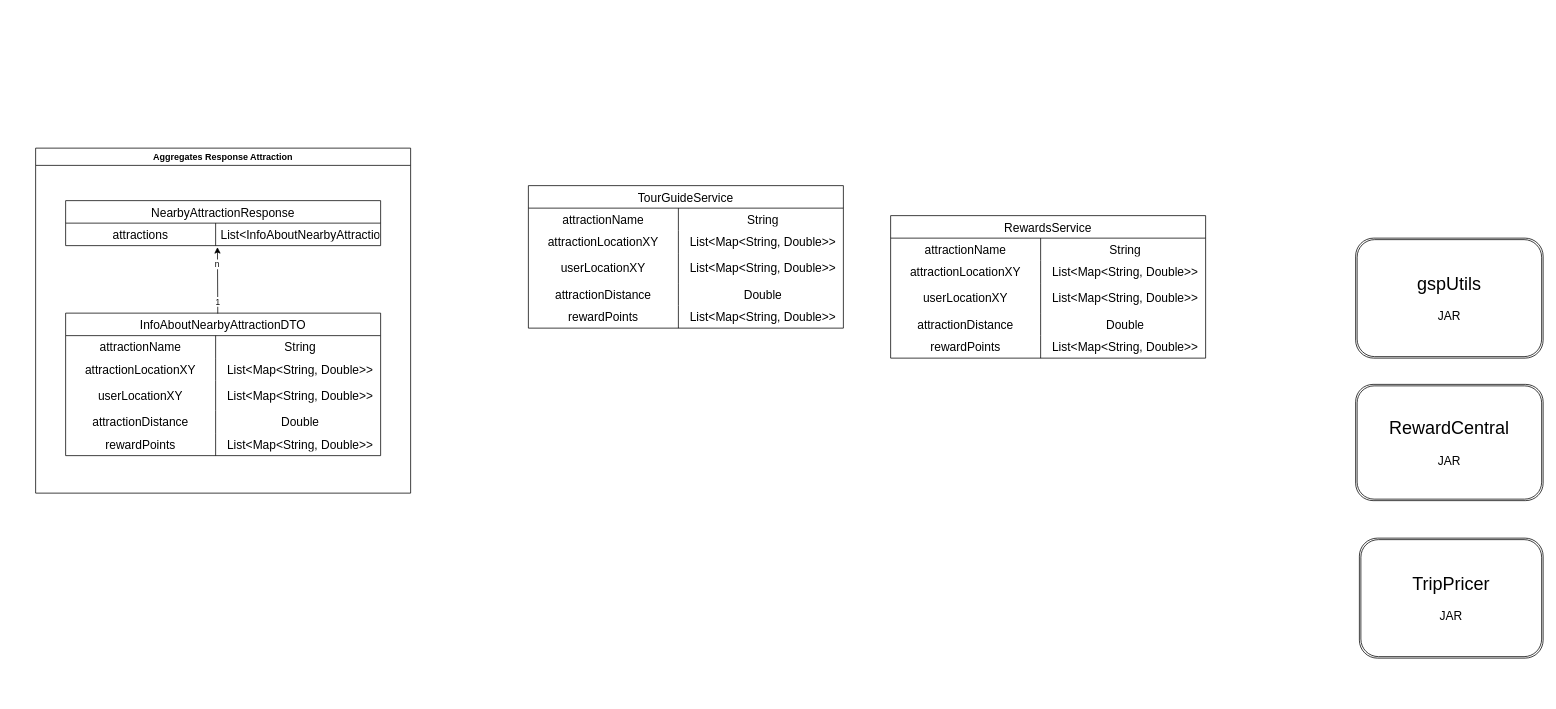
The draw.io diagram Diagramme sans nom.drawio in theryeddari/P8-TourGuide, before the edit. Source tidied: cells renumbered, new cells numbered last; positions are measured from the earlier drawing's top-left corner, leaving out a move shared by most shapes. Both pictures are drawn from the tidied source at 75%, with x=0, y=0 at pixel (35, 148).
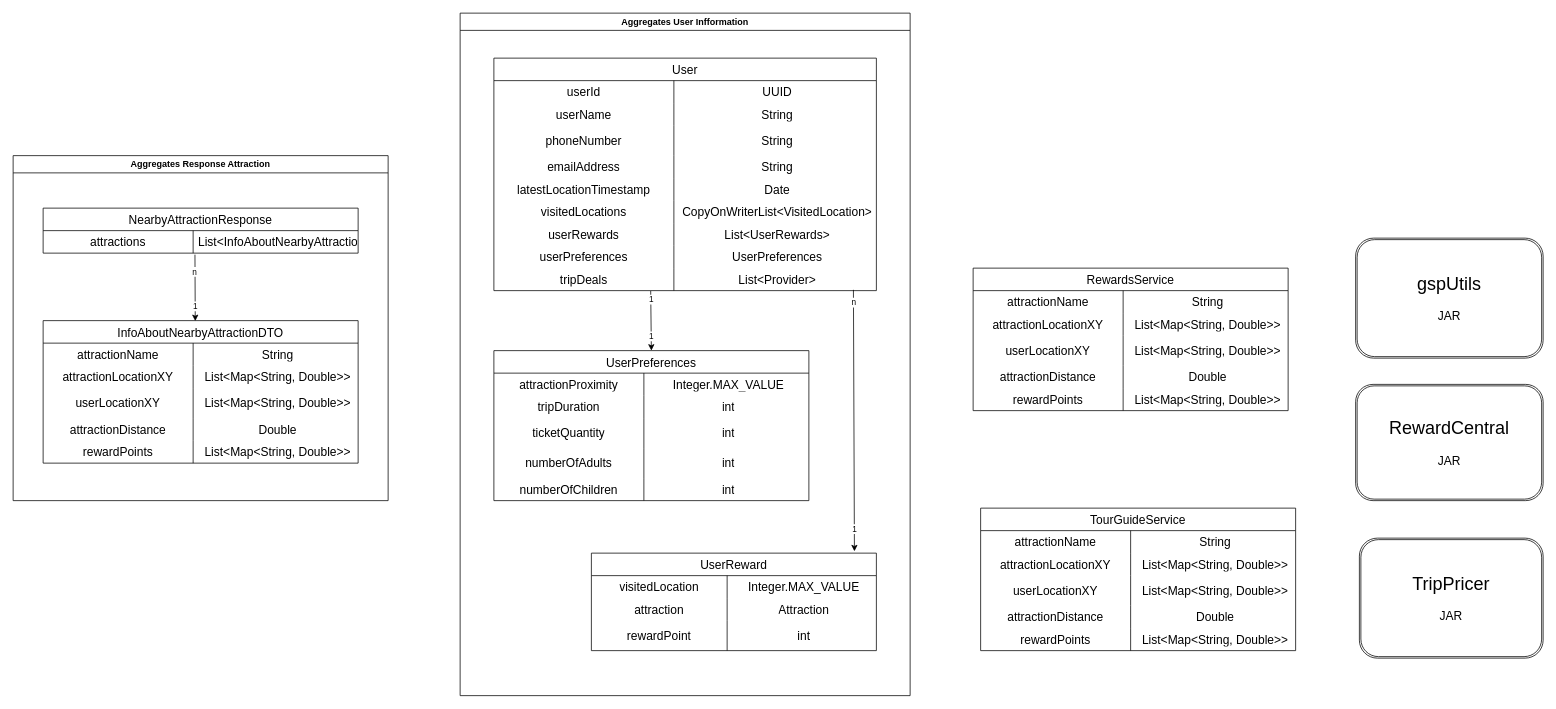
The same page after the edit.

Commit message (it also covers changes not shown here):
Mettre à jour Diagramme sans nom.drawio

The change refers to these unchanged cells:
```xml
<mxCell id="38" value="InfoAboutNearbyAttractionDTO" style="shape=table;startSize=30;childLayout=tableLayout;rowLines=0;fontStyle=0;strokeColor=default;fontSize=16;" parent="37" vertex="1">
  <mxGeometry x="40" y="220" width="420" height="190" as="geometry" />
</mxCell>
<mxCell id="55" style="shape=tableRow;horizontal=0;startSize=0;swimlaneHead=0;swimlaneBody=0;top=0;left=0;bottom=0;right=0;fillColor=none;points=[[0,0.5],[1,0.5]];portConstraint=eastwest;strokeColor=inherit;fontSize=16;" parent="54" vertex="1">
  <mxGeometry y="30" width="420" height="30" as="geometry" />
</mxCell>
```

What changed in the source:
```diff
@@
     <mxCell id="2" value="TourGuideService" style="shape=table;startSize=30;childLayout=tableLayout;rowLines=0;fontStyle=0;strokeColor=default;fontSize=16;" parent="1" vertex="1">
-      <mxGeometry x="657" y="50" width="420" height="190" as="geometry" />
+      <mxGeometry x="1260" y="480" width="420" height="190" as="geometry" />
     </mxCell>
@@
     <mxCell id="21" value="RewardsService" style="shape=table;startSize=30;childLayout=tableLayout;rowLines=0;fontStyle=0;strokeColor=default;fontSize=16;" parent="1" vertex="1">
-      <mxGeometry x="1140" y="90" width="420" height="190" as="geometry" />
+      <mxGeometry x="1250" y="160" width="420" height="190" as="geometry" />
     </mxCell>
@@
     <mxCell id="37" style="group;" parent="1" vertex="1">
-      <mxGeometry width="500" height="460" as="geometry" />
+      <mxGeometry x="-30" y="10" width="500" height="460" as="geometry" />
     </mxCell>
@@
-    <mxCell id="59" style="endArrow=classic;html=1;rounded=0;entryX=0.482;entryY=1.068;entryDx=0;entryDy=0;entryPerimeter=0;exitX=0.483;exitY=0.003;exitDx=0;exitDy=0;exitPerimeter=0;" parent="37" edge="1" source="38" target="55">
+    <mxCell id="59" style="endArrow=none;html=1;rounded=0;entryX=0.482;entryY=1.068;entryDx=0;entryDy=0;entryPerimeter=0;exitX=0.483;exitY=0.003;exitDx=0;exitDy=0;exitPerimeter=0;endFill=0;startArrow=classic;startFill=1;" parent="37" edge="1" source="38" target="55">
       <mxGeometry relative="1" as="geometry" />
     </mxCell>
     <mxCell id="60" value="1" style="edgeLabel;html=1;align=center;verticalAlign=middle;" parent="59" vertex="1">
-      <mxGeometry x="-0.63" relative="1" as="geometry" />
+      <mxGeometry x="-0.63" relative="1" as="geometry">
+        <mxPoint y="-4" as="offset" />
+      </mxGeometry>
     </mxCell>
@@
+    <mxCell id="62" style="group;" parent="1" vertex="1">
+      <mxGeometry x="566" y="-180" width="600" height="910" as="geometry" />
+    </mxCell>
+    <mxCell id="63" value="User" style="shape=table;startSize=30;childLayout=tableLayout;rowLines=0;fontStyle=0;strokeColor=default;fontSize=16;" parent="62" vertex="1">
+      <mxGeometry x="45" y="60" width="510" height="310" as="geometry" />
+    </mxCell>
+    <mxCell id="64" style="shape=tableRow;horizontal=0;startSize=0;swimlaneHead=0;swimlaneBody=0;top=0;left=0;bottom=0;right=0;fillColor=none;strokeColor=inherit;fontSize=16;" parent="63" vertex="1">
+      <mxGeometry y="30" width="510" height="30" as="geometry" />
+    </mxCell>
+    <mxCell id="65" value="userId" style="shape=partialRectangle;html=1;whiteSpace=wrap;fillColor=none;top=0;left=0;bottom=0;right=0;overflow=hidden;strokeColor=inherit;fontSize=16;" parent="64" vertex="1">
+      <mxGeometry width="240" height="30" as="geometry" />
+    </mxCell>
+    <mxCell id="66" value="UUID" style="shape=partialRectangle;html=1;whiteSpace=wrap;fillColor=none;top=0;left=0;bottom=0;right=0;align=center;spacingLeft=6;overflow=hidden;strokeColor=inherit;fontSize=16;" parent="64" vertex="1">
+      <mxGeometry x="240" width="270" height="30" as="geometry" />
+    </mxCell>
+    <mxCell id="67" style="shape=tableRow;horizontal=0;startSize=0;swimlaneHead=0;swimlaneBody=0;top=0;left=0;bottom=0;right=0;fillColor=none;strokeColor=inherit;fontSize=16;" parent="63" vertex="1">
+      <mxGeometry y="60" width="510" height="30" as="geometry" />
+    </mxCell>
+    <mxCell id="68" value="userName" style="shape=partialRectangle;html=1;whiteSpace=wrap;fillColor=none;top=0;left=0;bottom=0;right=0;overflow=hidden;strokeColor=inherit;fontSize=16;" parent="67" vertex="1">
+      <mxGeometry width="240" height="30" as="geometry" />
+    </mxCell>
+    <mxCell id="69" value="String" style="shape=partialRectangle;html=1;whiteSpace=wrap;fillColor=none;top=0;left=0;bottom=0;right=0;align=center;spacingLeft=6;overflow=hidden;strokeColor=inherit;fontSize=16;" parent="67" vertex="1">
+      <mxGeometry x="240" width="270" height="30" as="geometry" />
+    </mxCell>
+    <mxCell id="70" style="shape=tableRow;horizontal=0;startSize=0;swimlaneHead=0;swimlaneBody=0;top=0;left=0;bottom=0;right=0;fillColor=none;strokeColor=inherit;fontSize=16;" parent="63" vertex="1">
+      <mxGeometry y="90" width="510" height="40" as="geometry" />
+    </mxCell>
+    <mxCell id="71" value="phoneNumber" style="shape=partialRectangle;html=1;whiteSpace=wrap;fillColor=none;top=0;left=0;bottom=0;right=0;overflow=hidden;strokeColor=inherit;fontSize=16;" parent="70" vertex="1">
+      <mxGeometry width="240" height="40" as="geometry" />
+    </mxCell>
+    <mxCell id="72" value="String" style="shape=partialRectangle;html=1;whiteSpace=wrap;fillColor=none;top=0;left=0;bottom=0;right=0;align=center;spacingLeft=6;overflow=hidden;strokeColor=inherit;fontSize=16;" parent="70" vertex="1">
+      <mxGeometry x="240" width="270" height="40" as="geometry" />
+    </mxCell>
+    <mxCell id="73" style="shape=tableRow;horizontal=0;startSize=0;swimlaneHead=0;swimlaneBody=0;top=0;left=0;bottom=0;right=0;fillColor=none;strokeColor=inherit;fontSize=16;" parent="63" vertex="1">
+      <mxGeometry y="130" width="510" height="30" as="geometry" />
+    </mxCell>
+    <mxCell id="74" value="emailAddress" style="shape=partialRectangle;html=1;whiteSpace=wrap;fillColor=none;top=0;left=0;bottom=0;right=0;overflow=hidden;strokeColor=inherit;fontSize=16;" parent="73" vertex="1">
+      <mxGeometry width="240" height="30" as="geometry" />
+    </mxCell>
+    <mxCell id="75" value="String" style="shape=partialRectangle;html=1;whiteSpace=wrap;fillColor=none;top=0;left=0;bottom=0;right=0;align=center;spacingLeft=6;overflow=hidden;strokeColor=inherit;fontSize=16;" parent="73" vertex="1">
+      <mxGeometry x="240" width="270" height="30" as="geometry" />
+    </mxCell>
+    <mxCell id="76" style="shape=tableRow;horizontal=0;startSize=0;swimlaneHead=0;swimlaneBody=0;top=0;left=0;bottom=0;right=0;fillColor=none;strokeColor=inherit;fontSize=16;" parent="63" vertex="1">
+      <mxGeometry y="160" width="510" height="30" as="geometry" />
+    </mxCell>
+    <mxCell id="77" value="latestLocationTimestamp" style="shape=partialRectangle;html=1;whiteSpace=wrap;fillColor=none;top=0;left=0;bottom=0;right=0;overflow=hidden;strokeColor=inherit;fontSize=16;" parent="76" vertex="1">
+      <mxGeometry width="240" height="30" as="geometry" />
+    </mxCell>
+    <mxCell id="78" value="Date" style="shape=partialRectangle;html=1;whiteSpace=wrap;fillColor=none;top=0;left=0;bottom=0;right=0;align=center;spacingLeft=6;overflow=hidden;strokeColor=inherit;fontSize=16;" parent="76" vertex="1">
+      <mxGeometry x="240" width="270" height="30" as="geometry" />
+    </mxCell>
+    <mxCell id="79" style="shape=tableRow;horizontal=0;startSize=0;swimlaneHead=0;swimlaneBody=0;top=0;left=0;bottom=0;right=0;fillColor=none;strokeColor=inherit;fontSize=16;" parent="63" vertex="1">
+      <mxGeometry y="190" width="510" height="30" as="geometry" />
+    </mxCell>
+    <mxCell id="80" value="visitedLocations" style="shape=partialRectangle;html=1;whiteSpace=wrap;fillColor=none;top=0;left=0;bottom=0;right=0;overflow=hidden;strokeColor=inherit;fontSize=16;" parent="79" vertex="1">
+      <mxGeometry width="240" height="30" as="geometry" />
+    </mxCell>
+    <mxCell id="81" value="CopyOnWriterList&amp;lt;VisitedLocation&amp;gt;" style="shape=partialRectangle;html=1;whiteSpace=wrap;fillColor=none;top=0;left=0;bottom=0;right=0;align=center;spacingLeft=6;overflow=hidden;strokeColor=inherit;fontSize=16;" parent="79" vertex="1">
+      <mxGeometry x="240" width="270" height="30" as="geometry" />
+    </mxCell>
+    <mxCell id="82" style="shape=tableRow;horizontal=0;startSize=0;swimlaneHead=0;swimlaneBody=0;top=0;left=0;bottom=0;right=0;fillColor=none;strokeColor=inherit;fontSize=16;" parent="63" vertex="1">
+      <mxGeometry y="220" width="510" height="30" as="geometry" />
+    </mxCell>
+    <mxCell id="83" value="userRewards" style="shape=partialRectangle;html=1;whiteSpace=wrap;fillColor=none;top=0;left=0;bottom=0;right=0;overflow=hidden;strokeColor=inherit;fontSize=16;" parent="82" vertex="1">
+      <mxGeometry width="240" height="30" as="geometry" />
+    </mxCell>
+    <mxCell id="84" value="List&amp;lt;UserRewards&amp;gt;" style="shape=partialRectangle;html=1;whiteSpace=wrap;fillColor=none;top=0;left=0;bottom=0;right=0;align=center;spacingLeft=6;overflow=hidden;strokeColor=inherit;fontSize=16;" parent="82" vertex="1">
+      <mxGeometry x="240" width="270" height="30" as="geometry" />
+    </mxCell>
+    <mxCell id="85" style="shape=tableRow;horizontal=0;startSize=0;swimlaneHead=0;swimlaneBody=0;top=0;left=0;bottom=0;right=0;fillColor=none;strokeColor=inherit;fontSize=16;" parent="63" vertex="1">
+      <mxGeometry y="250" width="510" height="30" as="geometry" />
+    </mxCell>
+    <mxCell id="86" value="userPreferences" style="shape=partialRectangle;html=1;whiteSpace=wrap;fillColor=none;top=0;left=0;bottom=0;right=0;overflow=hidden;strokeColor=inherit;fontSize=16;" parent="85" vertex="1">
+      <mxGeometry width="240" height="30" as="geometry" />
+    </mxCell>
+    <mxCell id="87" value="UserPreferences" style="shape=partialRectangle;html=1;whiteSpace=wrap;fillColor=none;top=0;left=0;bottom=0;right=0;align=center;spacingLeft=6;overflow=hidden;strokeColor=inherit;fontSize=16;" parent="85" vertex="1">
+      <mxGeometry x="240" width="270" height="30" as="geometry" />
+    </mxCell>
+    <mxCell id="88" style="shape=tableRow;horizontal=0;startSize=0;swimlaneHead=0;swimlaneBody=0;top=0;left=0;bottom=0;right=0;fillColor=none;points=[[0,0.5],[1,0.5]];portConstraint=eastwest;strokeColor=inherit;fontSize=16;" parent="63" vertex="1">
+      <mxGeometry y="280" width="510" height="30" as="geometry" />
+    </mxCell>
+    <mxCell id="89" value="tripDeals" style="shape=partialRectangle;html=1;whiteSpace=wrap;fillColor=none;top=0;left=0;bottom=0;right=0;overflow=hidden;strokeColor=inherit;fontSize=16;" parent="88" vertex="1">
+      <mxGeometry width="240" height="30" as="geometry" />
+    </mxCell>
+    <mxCell id="90" value="List&amp;lt;Provider&amp;gt;" style="shape=partialRectangle;html=1;whiteSpace=wrap;fillColor=none;top=0;left=0;bottom=0;right=0;align=center;spacingLeft=6;overflow=hidden;strokeColor=inherit;fontSize=16;" parent="88" vertex="1">
+      <mxGeometry x="240" width="270" height="30" as="geometry" />
+    </mxCell>
+    <mxCell id="91" value="Aggregates User Infformation" style="swimlane;whiteSpace=wrap;html=1;" parent="62" vertex="1">
+      <mxGeometry width="600" height="910" as="geometry" />
+    </mxCell>
+    <mxCell id="92" value="UserPreferences" style="shape=table;startSize=30;childLayout=tableLayout;rowLines=0;fontStyle=0;strokeColor=default;fontSize=16;" parent="91" vertex="1">
+      <mxGeometry x="45" y="450" width="420" height="200" as="geometry" />
+    </mxCell>
+    <mxCell id="93" style="shape=tableRow;horizontal=0;startSize=0;swimlaneHead=0;swimlaneBody=0;top=0;left=0;bottom=0;right=0;fillColor=none;strokeColor=inherit;fontSize=16;" parent="92" vertex="1">
+      <mxGeometry y="30" width="420" height="30" as="geometry" />
+    </mxCell>
+    <mxCell id="94" value="attractionProximity" style="shape=partialRectangle;html=1;whiteSpace=wrap;fillColor=none;top=0;left=0;bottom=0;right=0;overflow=hidden;strokeColor=inherit;fontSize=16;" parent="93" vertex="1">
+      <mxGeometry width="200" height="30" as="geometry" />
+    </mxCell>
+    <mxCell id="95" value="Integer.MAX_VALUE" style="shape=partialRectangle;html=1;whiteSpace=wrap;fillColor=none;top=0;left=0;bottom=0;right=0;align=center;spacingLeft=6;overflow=hidden;strokeColor=inherit;fontSize=16;" parent="93" vertex="1">
+      <mxGeometry x="200" width="220" height="30" as="geometry" />
+    </mxCell>
+    <mxCell id="96" style="shape=tableRow;horizontal=0;startSize=0;swimlaneHead=0;swimlaneBody=0;top=0;left=0;bottom=0;right=0;fillColor=none;strokeColor=inherit;fontSize=16;" parent="92" vertex="1">
+      <mxGeometry y="60" width="420" height="30" as="geometry" />
+    </mxCell>
+    <mxCell id="97" value="tripDuration" style="shape=partialRectangle;html=1;whiteSpace=wrap;fillColor=none;top=0;left=0;bottom=0;right=0;overflow=hidden;strokeColor=inherit;fontSize=16;" parent="96" vertex="1">
+      <mxGeometry width="200" height="30" as="geometry" />
+    </mxCell>
+    <mxCell id="98" value="int" style="shape=partialRectangle;html=1;whiteSpace=wrap;fillColor=none;top=0;left=0;bottom=0;right=0;align=center;spacingLeft=6;overflow=hidden;strokeColor=inherit;fontSize=16;" parent="96" vertex="1">
+      <mxGeometry x="200" width="220" height="30" as="geometry" />
+    </mxCell>
+    <mxCell id="99" style="shape=tableRow;horizontal=0;startSize=0;swimlaneHead=0;swimlaneBody=0;top=0;left=0;bottom=0;right=0;fillColor=none;strokeColor=inherit;fontSize=16;" parent="92" vertex="1">
+      <mxGeometry y="90" width="420" height="40" as="geometry" />
+    </mxCell>
+    <mxCell id="100" value="ticketQuantity" style="shape=partialRectangle;html=1;whiteSpace=wrap;fillColor=none;top=0;left=0;bottom=0;right=0;overflow=hidden;strokeColor=inherit;fontSize=16;" parent="99" vertex="1">
+      <mxGeometry width="200" height="40" as="geometry" />
+    </mxCell>
+    <mxCell id="101" value="int" style="shape=partialRectangle;html=1;whiteSpace=wrap;fillColor=none;top=0;left=0;bottom=0;right=0;align=center;spacingLeft=6;overflow=hidden;strokeColor=inherit;fontSize=16;" parent="99" vertex="1">
+      <mxGeometry x="200" width="220" height="40" as="geometry" />
+    </mxCell>
+    <mxCell id="102" style="shape=tableRow;horizontal=0;startSize=0;swimlaneHead=0;swimlaneBody=0;top=0;left=0;bottom=0;right=0;fillColor=none;strokeColor=inherit;fontSize=16;" parent="92" vertex="1">
+      <mxGeometry y="130" width="420" height="40" as="geometry" />
+    </mxCell>
+    <mxCell id="103" value="numberOfAdults" style="shape=partialRectangle;html=1;whiteSpace=wrap;fillColor=none;top=0;left=0;bottom=0;right=0;overflow=hidden;strokeColor=inherit;fontSize=16;" parent="102" vertex="1">
+      <mxGeometry width="200" height="40" as="geometry" />
+    </mxCell>
+    <mxCell id="104" value="int" style="shape=partialRectangle;html=1;whiteSpace=wrap;fillColor=none;top=0;left=0;bottom=0;right=0;align=center;spacingLeft=6;overflow=hidden;strokeColor=inherit;fontSize=16;" parent="102" vertex="1">
+      <mxGeometry x="200" width="220" height="40" as="geometry" />
+    </mxCell>
+    <mxCell id="105" style="shape=tableRow;horizontal=0;startSize=0;swimlaneHead=0;swimlaneBody=0;top=0;left=0;bottom=0;right=0;fillColor=none;strokeColor=inherit;fontSize=16;" parent="92" vertex="1">
+      <mxGeometry y="170" width="420" height="30" as="geometry" />
+    </mxCell>
+    <mxCell id="106" value="numberOfChildren" style="shape=partialRectangle;html=1;whiteSpace=wrap;fillColor=none;top=0;left=0;bottom=0;right=0;overflow=hidden;strokeColor=inherit;fontSize=16;" parent="105" vertex="1">
+      <mxGeometry width="200" height="30" as="geometry" />
+    </mxCell>
+    <mxCell id="107" value="int" style="shape=partialRectangle;html=1;whiteSpace=wrap;fillColor=none;top=0;left=0;bottom=0;right=0;align=center;spacingLeft=6;overflow=hidden;strokeColor=inherit;fontSize=16;" parent="105" vertex="1">
+      <mxGeometry x="200" width="220" height="30" as="geometry" />
+    </mxCell>
+    <mxCell id="108" value="UserReward" style="shape=table;startSize=30;childLayout=tableLayout;rowLines=0;fontStyle=0;strokeColor=default;fontSize=16;" parent="91" vertex="1">
+      <mxGeometry x="175" y="720" width="380" height="130" as="geometry" />
+    </mxCell>
+    <mxCell id="109" style="shape=tableRow;horizontal=0;startSize=0;swimlaneHead=0;swimlaneBody=0;top=0;left=0;bottom=0;right=0;fillColor=none;strokeColor=inherit;fontSize=16;" parent="108" vertex="1">
+      <mxGeometry y="30" width="380" height="30" as="geometry" />
+    </mxCell>
+    <mxCell id="110" value="visitedLocation" style="shape=partialRectangle;html=1;whiteSpace=wrap;fillColor=none;top=0;left=0;bottom=0;right=0;overflow=hidden;strokeColor=inherit;fontSize=16;" parent="109" vertex="1">
+      <mxGeometry width="181" height="30" as="geometry" />
+    </mxCell>
+    <mxCell id="111" value="Integer.MAX_VALUE" style="shape=partialRectangle;html=1;whiteSpace=wrap;fillColor=none;top=0;left=0;bottom=0;right=0;align=center;spacingLeft=6;overflow=hidden;strokeColor=inherit;fontSize=16;" parent="109" vertex="1">
+      <mxGeometry x="181" width="199" height="30" as="geometry" />
+    </mxCell>
+    <mxCell id="112" style="shape=tableRow;horizontal=0;startSize=0;swimlaneHead=0;swimlaneBody=0;top=0;left=0;bottom=0;right=0;fillColor=none;strokeColor=inherit;fontSize=16;" parent="108" vertex="1">
+      <mxGeometry y="60" width="380" height="30" as="geometry" />
+    </mxCell>
+    <mxCell id="113" value="attraction" style="shape=partialRectangle;html=1;whiteSpace=wrap;fillColor=none;top=0;left=0;bottom=0;right=0;overflow=hidden;strokeColor=inherit;fontSize=16;" parent="112" vertex="1">
+      <mxGeometry width="181" height="30" as="geometry" />
+    </mxCell>
+    <mxCell id="114" value="Attraction" style="shape=partialRectangle;html=1;whiteSpace=wrap;fillColor=none;top=0;left=0;bottom=0;right=0;align=center;spacingLeft=6;overflow=hidden;strokeColor=inherit;fontSize=16;" parent="112" vertex="1">
+      <mxGeometry x="181" width="199" height="30" as="geometry" />
+    </mxCell>
+    <mxCell id="115" style="shape=tableRow;horizontal=0;startSize=0;swimlaneHead=0;swimlaneBody=0;top=0;left=0;bottom=0;right=0;fillColor=none;strokeColor=inherit;fontSize=16;" parent="108" vertex="1">
+      <mxGeometry y="90" width="380" height="40" as="geometry" />
+    </mxCell>
+    <mxCell id="116" value="rewardPoint" style="shape=partialRectangle;html=1;whiteSpace=wrap;fillColor=none;top=0;left=0;bottom=0;right=0;overflow=hidden;strokeColor=inherit;fontSize=16;" parent="115" vertex="1">
+      <mxGeometry width="181" height="40" as="geometry" />
+    </mxCell>
+    <mxCell id="117" value="int" style="shape=partialRectangle;html=1;whiteSpace=wrap;fillColor=none;top=0;left=0;bottom=0;right=0;align=center;spacingLeft=6;overflow=hidden;strokeColor=inherit;fontSize=16;" parent="115" vertex="1">
+      <mxGeometry x="181" width="199" height="40" as="geometry" />
+    </mxCell>
+    <mxCell id="118" style="endArrow=classic;html=1;rounded=0;entryX=0.5;entryY=0;entryDx=0;entryDy=0;exitX=0.41;exitY=1.015;exitDx=0;exitDy=0;exitPerimeter=0;" parent="62" edge="1" source="88" target="92">
+      <mxGeometry relative="1" as="geometry" />
+    </mxCell>
+    <mxCell id="119" value="1" style="edgeLabel;html=1;align=center;verticalAlign=middle;" parent="118" vertex="1">
+      <mxGeometry x="-0.72" relative="1" as="geometry" />
+    </mxCell>
+    <mxCell id="120" value="1" style="edgeLabel;html=1;align=center;verticalAlign=middle;" parent="118" vertex="1">
+      <mxGeometry x="0.52" relative="1" as="geometry" />
+    </mxCell>
+    <mxCell id="121" style="endArrow=classic;html=1;rounded=0;exitX=0.94;exitY=0.965;exitDx=0;exitDy=0;exitPerimeter=0;entryX=0.923;entryY=-0.019;entryDx=0;entryDy=0;entryPerimeter=0;" parent="62" edge="1" source="88" target="108">
+      <mxGeometry relative="1" as="geometry" />
+    </mxCell>
+    <mxCell id="122" value="n" style="edgeLabel;html=1;align=center;verticalAlign=middle;" parent="121" vertex="1">
+      <mxGeometry x="-0.9" relative="1" as="geometry" />
+    </mxCell>
+    <mxCell id="123" value="1" style="edgeLabel;html=1;align=center;verticalAlign=middle;" parent="121" vertex="1">
+      <mxGeometry x="0.83" relative="1" as="geometry" />
+    </mxCell>
```
